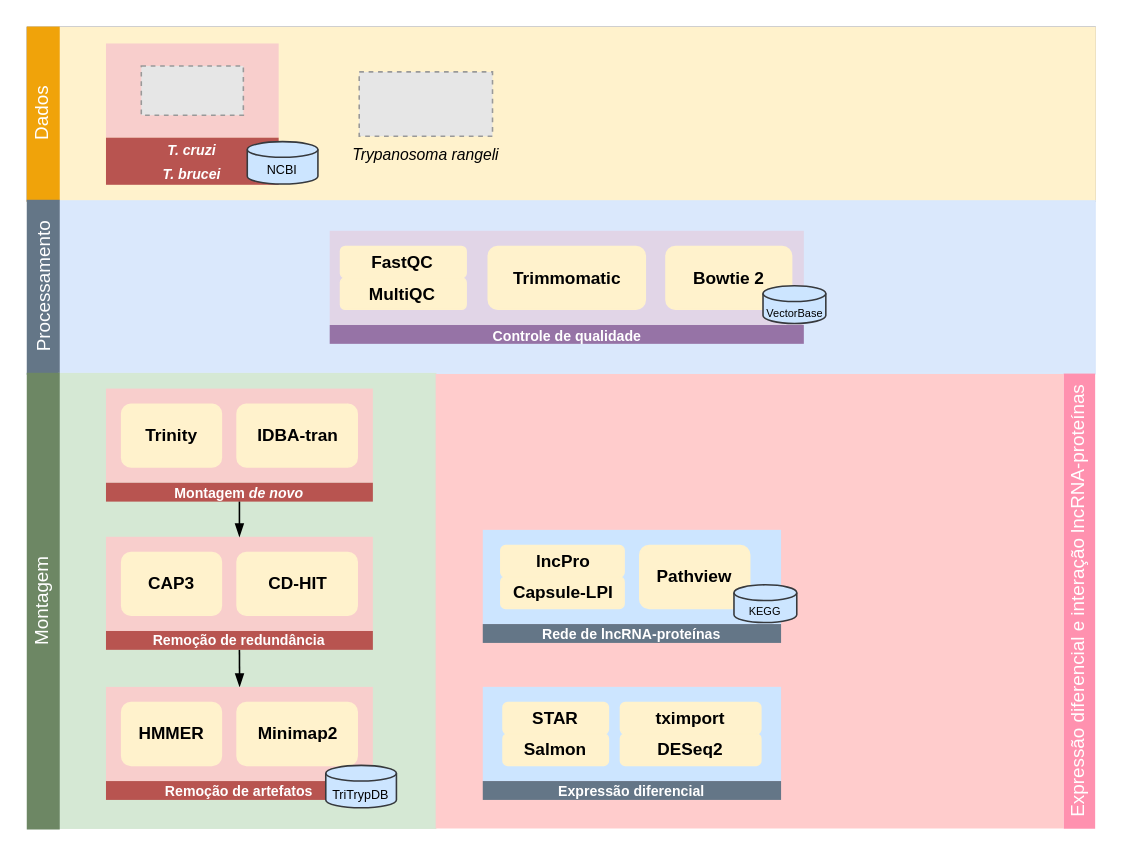
ekazuo/draw-io keeps this draw.io diagram as page "Workflow" (2 of 2) of ufsc/ppgbtc-doutorado/workflow_rnaseq_trangeli.drawio. Above is the earlier version. Source tidied: cells renumbered, new cells numbered last; positions are measured from the earlier drawing's top-left corner, leaving out a move shared by most shapes. Both pictures are drawn from the tidied source at 157%, with x=0, y=0 at pixel (-185, 27). Pictures stored in the file or linked from it are replaced by grey dashed boxes.
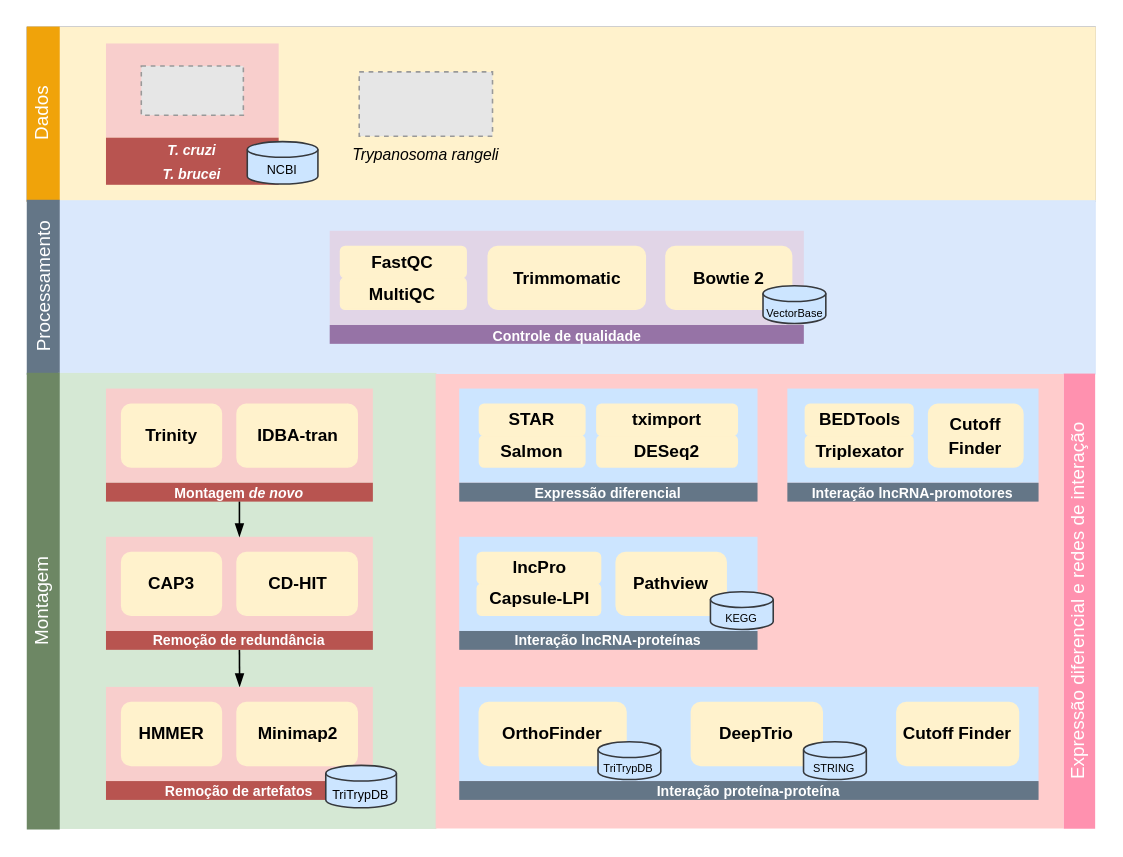
Above is the later version.

Commit message:
redes ppi

What changed in the source:
```diff
@@
-    <mxCell id="22" value="&lt;font color=&quot;#ffffff&quot;&gt;Expressão diferencial e interação lncRNA-proteínas&lt;br&gt;&lt;/font&gt;" style="text;html=1;strokeColor=none;fillColor=#ff91af;align=center;verticalAlign=middle;whiteSpace=wrap;rounded=0;rotation=-90;fontColor=#000000;" parent="1" vertex="1">
+    <mxCell id="22" value="&lt;font color=&quot;#ffffff&quot;&gt;Expressão diferencial e redes de interação&lt;br&gt;&lt;/font&gt;" style="text;html=1;strokeColor=none;fillColor=#ff91af;align=center;verticalAlign=middle;whiteSpace=wrap;rounded=0;rotation=-90;fontColor=#000000;" parent="1" vertex="1">
       <mxGeometry x="660.1" y="355.4" width="289.9" height="20" as="geometry" />
     </mxCell>
@@
     <mxCell id="45" style="group;" parent="1" vertex="1">
-      <mxGeometry x="425" y="420" width="190" height="72" as="geometry" />
+      <mxGeometry x="410" y="230" width="190" height="72" as="geometry" />
     </mxCell>
@@
     <mxCell id="52" style="group;" parent="1" vertex="1">
-      <mxGeometry x="425" y="320" width="205" height="72" as="geometry" />
+      <mxGeometry x="410" y="324.4" width="205" height="72" as="geometry" />
     </mxCell>
@@
-    <mxCell id="54" value="&lt;font style=&quot;font-size: 9px;&quot; color=&quot;#ffffff&quot;&gt;Rede de lncRNA-proteínas&lt;/font&gt;" style="rounded=0;whiteSpace=wrap;html=1;arcSize=5;fontStyle=1;fillColor=#647687;strokeColor=none;" parent="52" vertex="1">
+    <mxCell id="54" value="&lt;font style=&quot;font-size: 9px;&quot; color=&quot;#ffffff&quot;&gt;Interação lncRNA-proteínas&lt;/font&gt;" style="rounded=0;whiteSpace=wrap;html=1;arcSize=5;fontStyle=1;fillColor=#647687;strokeColor=none;" parent="52" vertex="1">
       <mxGeometry y="60" width="190" height="12" as="geometry" />
     </mxCell>
@@
+    <mxCell id="59" style="group;" parent="1" vertex="1">
+      <mxGeometry x="619" y="230" width="170" height="72" as="geometry" />
+    </mxCell>
+    <mxCell id="60" style="rounded=0;whiteSpace=wrap;html=1;arcSize=5;fontStyle=1;fillColor=#cce5ff;strokeColor=none;" parent="59" vertex="1">
+      <mxGeometry width="160" height="60" as="geometry" />
+    </mxCell>
+    <mxCell id="61" value="&lt;font style=&quot;font-size: 9px;&quot; color=&quot;#ffffff&quot;&gt;Interação lncRNA-promotores&lt;/font&gt;" style="rounded=0;whiteSpace=wrap;html=1;arcSize=5;fontStyle=1;fillColor=#647687;strokeColor=none;" parent="59" vertex="1">
+      <mxGeometry y="60" width="160" height="12" as="geometry" />
+    </mxCell>
+    <mxCell id="62" value="&lt;font style=&quot;font-size: 11px;&quot;&gt;BEDTools&lt;/font&gt;" style="rounded=1;whiteSpace=wrap;html=1;fontStyle=1;fillColor=#fff2cc;strokeColor=#FFF2CC;" parent="59" vertex="1">
+      <mxGeometry x="11.5" y="10" width="68.5" height="20" as="geometry" />
+    </mxCell>
+    <mxCell id="63" value="&lt;font style=&quot;font-size: 11px;&quot;&gt;Triplexator&lt;/font&gt;" style="rounded=1;whiteSpace=wrap;html=1;fontStyle=1;fillColor=#fff2cc;strokeColor=#FFF2CC;" parent="59" vertex="1">
+      <mxGeometry x="11.5" y="30" width="68.5" height="20" as="geometry" />
+    </mxCell>
+    <mxCell id="64" value="&lt;font style=&quot;font-size: 11px;&quot;&gt;Cutoff Finder&lt;br&gt;&lt;/font&gt;" style="rounded=1;whiteSpace=wrap;html=1;fontStyle=1;fillColor=#fff2cc;strokeColor=#FFF2CC;" parent="59" vertex="1">
+      <mxGeometry x="90" y="10" width="60" height="40" as="geometry" />
+    </mxCell>
+    <mxCell id="65" style="group;" parent="1" vertex="1">
+      <mxGeometry x="410" y="420" width="369" height="72" as="geometry" />
+    </mxCell>
+    <mxCell id="66" style="rounded=0;whiteSpace=wrap;html=1;arcSize=5;fontStyle=1;fillColor=#cce5ff;strokeColor=none;" parent="65" vertex="1">
+      <mxGeometry width="369" height="60" as="geometry" />
+    </mxCell>
+    <mxCell id="67" value="&lt;font style=&quot;font-size: 9px;&quot; color=&quot;#ffffff&quot;&gt;Interação proteína-proteína&lt;/font&gt;" style="rounded=0;whiteSpace=wrap;html=1;arcSize=5;fontStyle=1;fillColor=#647687;strokeColor=none;" parent="65" vertex="1">
+      <mxGeometry y="60" width="369" height="12" as="geometry" />
+    </mxCell>
+    <mxCell id="68" value="&lt;font style=&quot;font-size: 11px;&quot;&gt;OrthoFinder&lt;/font&gt;" style="rounded=1;whiteSpace=wrap;html=1;fontStyle=1;fillColor=#fff2cc;strokeColor=#FFF2CC;" parent="65" vertex="1">
+      <mxGeometry x="12.8" y="10" width="93.4" height="40" as="geometry" />
+    </mxCell>
+    <mxCell id="69" value="&lt;font style=&quot;font-size: 11px;&quot;&gt;DeepTrio&lt;/font&gt;" style="rounded=1;whiteSpace=wrap;html=1;fontStyle=1;fillColor=#fff2cc;strokeColor=#FFF2CC;" parent="65" vertex="1">
+      <mxGeometry x="147.9" y="10" width="83.3" height="40" as="geometry" />
+    </mxCell>
+    <mxCell id="70" value="&lt;font style=&quot;font-size: 7px;&quot;&gt;STRING&lt;/font&gt;" style="shape=cylinder3;whiteSpace=wrap;html=1;boundedLbl=1;backgroundOutline=1;size=5;fontSize=10;fillColor=#cce5ff;strokeColor=#36393d;" parent="65" vertex="1">
+      <mxGeometry x="219.3" y="35" width="40" height="24" as="geometry" />
+    </mxCell>
+    <mxCell id="71" value="&lt;font style=&quot;font-size: 7px;&quot;&gt;TriTrypDB&lt;/font&gt;" style="shape=cylinder3;whiteSpace=wrap;html=1;boundedLbl=1;backgroundOutline=1;size=5;fontSize=10;fillColor=#cce5ff;strokeColor=#36393d;" parent="65" vertex="1">
+      <mxGeometry x="88.4" y="35" width="40" height="24" as="geometry" />
+    </mxCell>
+    <mxCell id="72" value="&lt;font style=&quot;font-size: 11px;&quot;&gt;Cutoff Finder&lt;br&gt;&lt;/font&gt;" style="rounded=1;whiteSpace=wrap;html=1;fontStyle=1;fillColor=#fff2cc;strokeColor=#FFF2CC;" parent="65" vertex="1">
+      <mxGeometry x="278.8" y="10" width="77.4" height="40" as="geometry" />
+    </mxCell>
```
